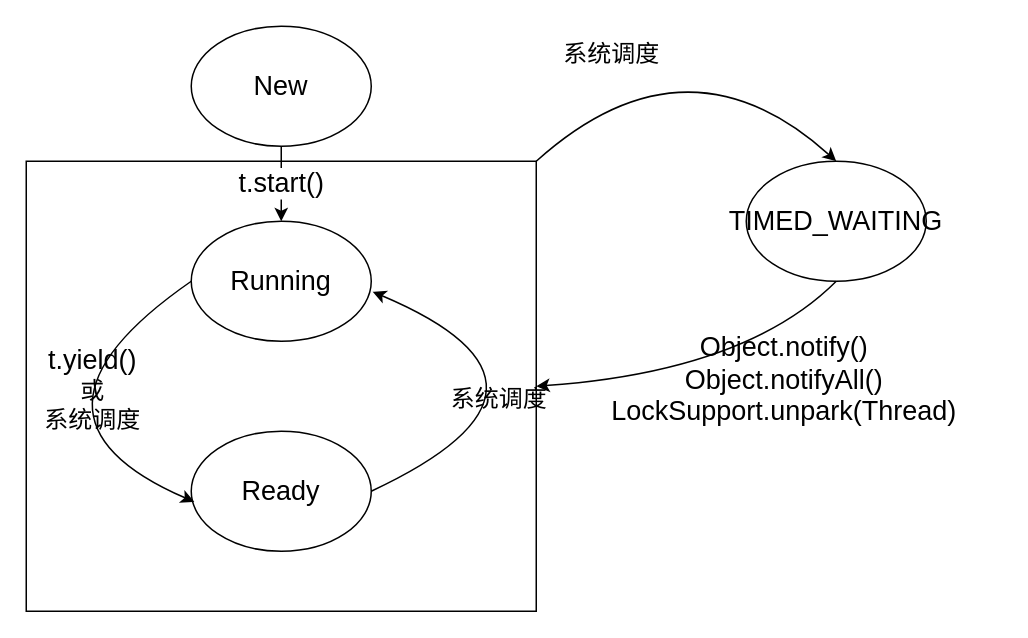
Before: thread.drawio in dosjia/chart, a draw.io diagram. Source tidied: cells renumbered, new cells numbered last; positions are measured from the earlier drawing's top-left corner, leaving out a move shared by most shapes. Both pictures are drawn from the tidied source at 150%, with x=0, y=0 at pixel (-4, 26).
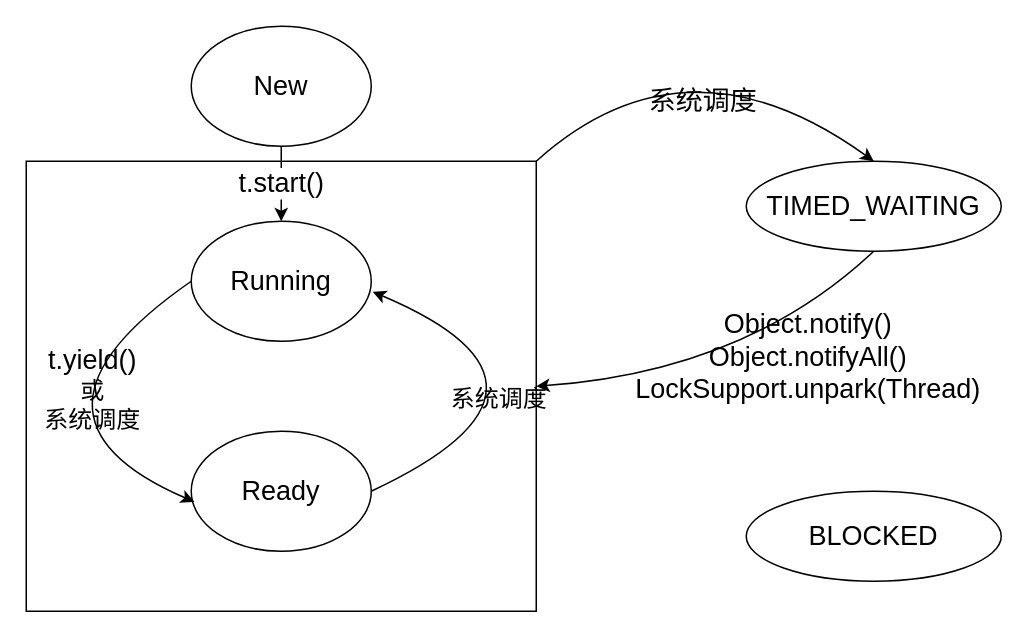
Above is the later version.

Unchanged cells that the change refers to:
```xml
<mxCell id="12" style="curved=1;endArrow=classic;html=1;exitX=1;exitY=0;exitDx=0;exitDy=0;entryX=0.5;entryY=0;entryDx=0;entryDy=0;" parent="1" edge="1" source="2" target="11">
  <mxGeometry relative="1" as="geometry">
    <Array as="points">
      <mxPoint x="460" />
    </Array>
  </mxGeometry>
</mxCell>
```

What changed in the source:
```diff
@@
     <mxCell id="11" value="&lt;font style=&quot;font-size: 18px&quot;&gt;TIMED_WAITING&lt;/font&gt;" style="ellipse;whiteSpace=wrap;html=1;" parent="1" vertex="1">
-      <mxGeometry x="500" y="90" width="120" height="80" as="geometry" />
+      <mxGeometry x="500" y="90" width="170" height="60" as="geometry" />
     </mxCell>
@@
-    <mxCell id="13" value="&lt;font size=&quot;3&quot;&gt;系统调度&lt;/font&gt;" style="edgeLabel;html=1;align=center;verticalAlign=middle;" parent="12" vertex="1">
-      <mxGeometry x="-0.37" y="21" relative="1" as="geometry" />
+    <mxCell id="13" value="&lt;font style=&quot;font-size: 18px&quot;&gt;系统调度&lt;/font&gt;" style="edgeLabel;html=1;align=center;verticalAlign=middle;labelBackgroundColor=none;" parent="12" vertex="1">
+      <mxGeometry x="-0.37" y="21" relative="1" as="geometry">
+        <mxPoint x="57" y="36" as="offset" />
+      </mxGeometry>
     </mxCell>
@@
+    <mxCell id="16" value="&lt;font style=&quot;font-size: 18px&quot;&gt;BLOCKED&lt;/font&gt;" style="ellipse;whiteSpace=wrap;html=1;" parent="1" vertex="1">
+      <mxGeometry x="500" y="310" width="170" height="60" as="geometry" />
+    </mxCell>
```
